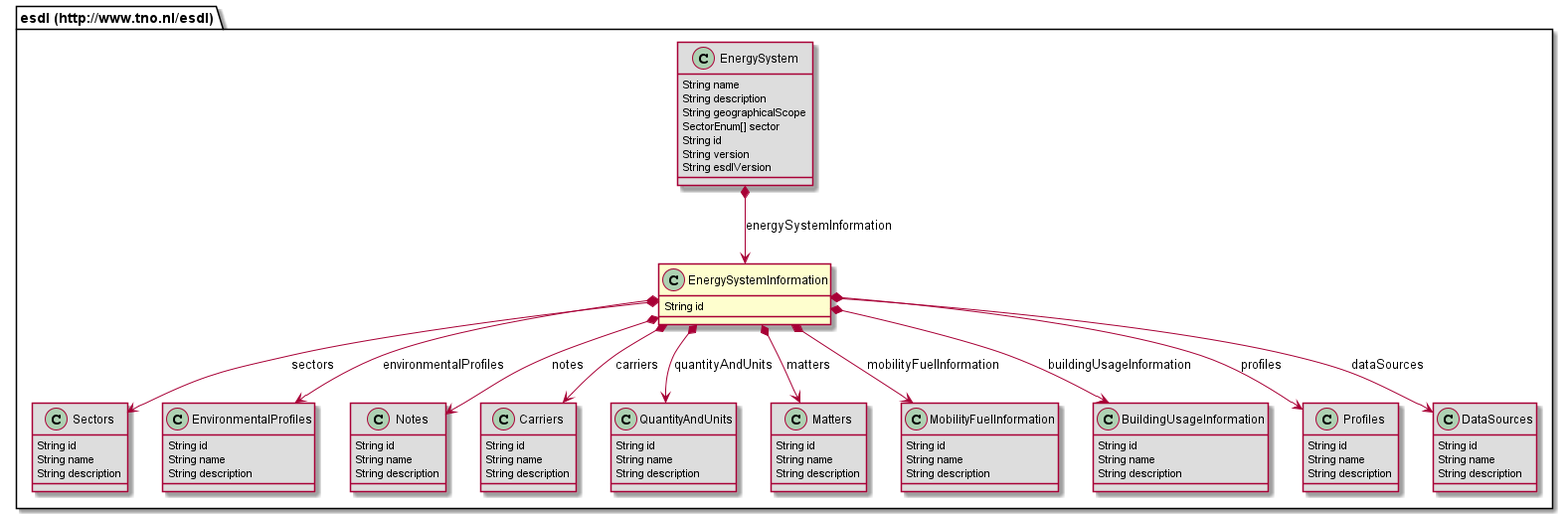
This is 687474703a2f2f7777772e746e6f2e6e6c2f6573646c/EnergySystemInformation.png from EnergyTransition/energytransition.github.io, a PlantUML export, as it was before one commit.
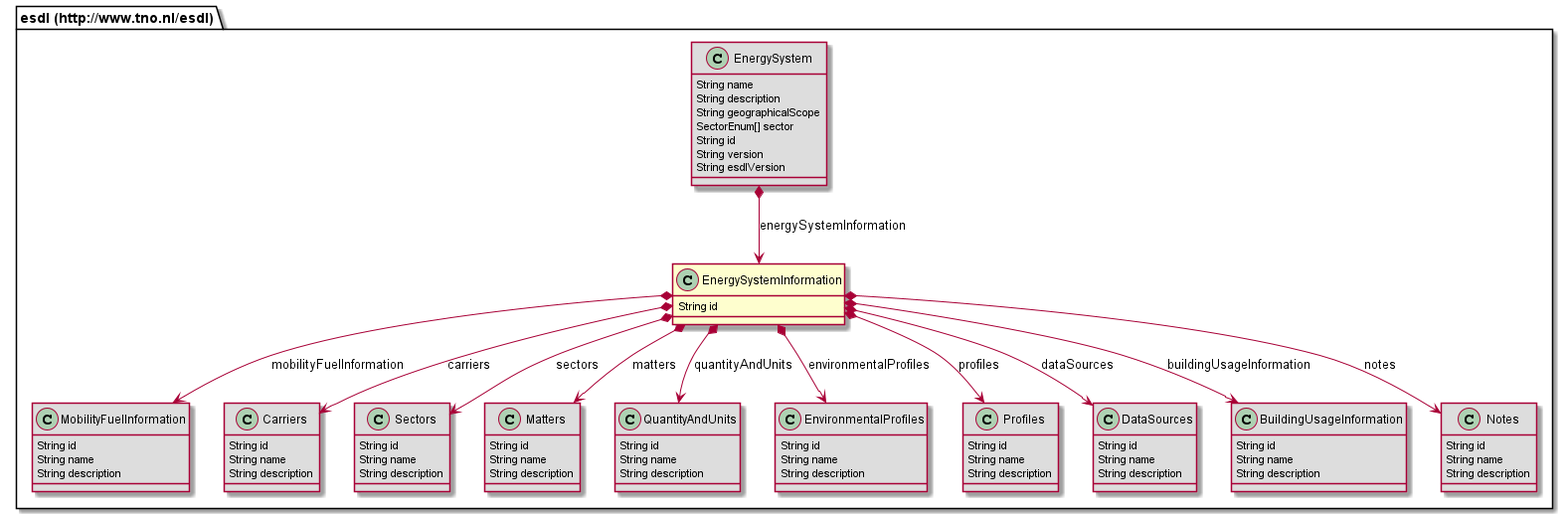
After the commit.

The edit, as a diff of the source:
```diff
@@ -1,6 +1,31 @@
 @startuml
 class "esdl (http://www.tno.nl/esdl).EnergySystemInformation" [[#router/doc-content/687474703a2f2f7777772e746e6f2e6e6c2f6573646c/EnergySystemInformation.html{Describes reusable information of the energy system, that other classes can refer to in this energy system, such as carriers, profiles, data sources, quantity and units.}]] {
 	String id
+}
+class "esdl (http://www.tno.nl/esdl).MobilityFuelInformation" [[#router/doc-content/687474703a2f2f7777772e746e6f2e6e6c2f6573646c/MobilityFuelInformation.html{Collection of information about vehicles, fuels and efficiency}]] #DDDDDD {
+	String id
+	String name
+	String description
+}
+class "esdl (http://www.tno.nl/esdl).Carriers" [[#router/doc-content/687474703a2f2f7777772e746e6f2e6e6c2f6573646c/Carriers.html{Collection of carriers as part of the Energy System Information. }]] #DDDDDD {
+	String id
+	String name
+	String description
+}
+class "esdl (http://www.tno.nl/esdl).Sectors" [[#router/doc-content/687474703a2f2f7777772e746e6f2e6e6c2f6573646c/Sectors.html{Collection of sectors. }]] #DDDDDD {
+	String id
+	String name
+	String description
+}
+class "esdl (http://www.tno.nl/esdl).Matters" [[#router/doc-content/687474703a2f2f7777772e746e6f2e6e6c2f6573646c/Matters.html]] #DDDDDD {
+	String id
+	String name
+	String description
+}
+class "esdl (http://www.tno.nl/esdl).QuantityAndUnits" [[#router/doc-content/687474703a2f2f7777772e746e6f2e6e6c2f6573646c/QuantityAndUnits.html{Collection of QuantityAndUnitTypes defined in the EnergySystemInformation section}]] #DDDDDD {
+	String id
+	String name
+	String description
 }
 class "esdl (http://www.tno.nl/esdl).EnergySystem" [[#router/doc-content/687474703a2f2f7777772e746e6f2e6e6c2f6573646c/EnergySystem.html{This is the main class to describe an EnergySystem in ESDL. }]] #DDDDDD {
 	String name
@@ -11,42 +36,7 @@
 	String version
 	String esdlVersion
 }
-class "esdl (http://www.tno.nl/esdl).Sectors" [[#router/doc-content/687474703a2f2f7777772e746e6f2e6e6c2f6573646c/Sectors.html{Collection of sectors. }]] #DDDDDD {
-	String id
-	String name
-	String description
-}
 class "esdl (http://www.tno.nl/esdl).EnvironmentalProfiles" [[#router/doc-content/687474703a2f2f7777772e746e6f2e6e6c2f6573646c/EnvironmentalProfiles.html]] #DDDDDD {
-	String id
-	String name
-	String description
-}
-class "esdl (http://www.tno.nl/esdl).Notes" [[#router/doc-content/687474703a2f2f7777772e746e6f2e6e6c2f6573646c/Notes.html{Collection of notes that can be added to the map, like postits (with comments in HTML)}]] #DDDDDD {
-	String id
-	String name
-	String description
-}
-class "esdl (http://www.tno.nl/esdl).Carriers" [[#router/doc-content/687474703a2f2f7777772e746e6f2e6e6c2f6573646c/Carriers.html{Collection of carriers as part of the Energy System Information. }]] #DDDDDD {
-	String id
-	String name
-	String description
-}
-class "esdl (http://www.tno.nl/esdl).QuantityAndUnits" [[#router/doc-content/687474703a2f2f7777772e746e6f2e6e6c2f6573646c/QuantityAndUnits.html{Collection of QuantityAndUnitTypes defined in the EnergySystemInformation section}]] #DDDDDD {
-	String id
-	String name
-	String description
-}
-class "esdl (http://www.tno.nl/esdl).Matters" [[#router/doc-content/687474703a2f2f7777772e746e6f2e6e6c2f6573646c/Matters.html]] #DDDDDD {
-	String id
-	String name
-	String description
-}
-class "esdl (http://www.tno.nl/esdl).MobilityFuelInformation" [[#router/doc-content/687474703a2f2f7777772e746e6f2e6e6c2f6573646c/MobilityFuelInformation.html{Collection of information about vehicles, fuels and efficiency}]] #DDDDDD {
-	String id
-	String name
-	String description
-}
-class "esdl (http://www.tno.nl/esdl).BuildingUsageInformation" [[#router/doc-content/687474703a2f2f7777772e746e6f2e6e6c2f6573646c/BuildingUsageInformation.html{Part of Energy System Information that specifies generic building usage information that can be referenced from multiple individual buildings}]] #DDDDDD {
 	String id
 	String name
 	String description
@@ -61,7 +51,16 @@
 	String name
 	String description
 }
-"esdl (http://www.tno.nl/esdl).EnergySystem" *--> "esdl (http://www.tno.nl/esdl).EnergySystemInformation" : energySystemInformation
+class "esdl (http://www.tno.nl/esdl).BuildingUsageInformation" [[#router/doc-content/687474703a2f2f7777772e746e6f2e6e6c2f6573646c/BuildingUsageInformation.html{Part of Energy System Information that specifies generic building usage information that can be referenced from multiple individual buildings}]] #DDDDDD {
+	String id
+	String name
+	String description
+}
+class "esdl (http://www.tno.nl/esdl).Notes" [[#router/doc-content/687474703a2f2f7777772e746e6f2e6e6c2f6573646c/Notes.html{Collection of notes that can be added to the map, like postits (with comments in HTML)}]] #DDDDDD {
+	String id
+	String name
+	String description
+}
 "esdl (http://www.tno.nl/esdl).EnergySystemInformation" *--> "esdl (http://www.tno.nl/esdl).Carriers" : carriers
 "esdl (http://www.tno.nl/esdl).EnergySystemInformation" *--> "esdl (http://www.tno.nl/esdl).Profiles" : profiles
 "esdl (http://www.tno.nl/esdl).EnergySystemInformation" *--> "esdl (http://www.tno.nl/esdl).DataSources" : dataSources
@@ -72,4 +71,5 @@
 "esdl (http://www.tno.nl/esdl).EnergySystemInformation" *--> "esdl (http://www.tno.nl/esdl).Notes" : notes
 "esdl (http://www.tno.nl/esdl).EnergySystemInformation" *--> "esdl (http://www.tno.nl/esdl).Matters" : matters
 "esdl (http://www.tno.nl/esdl).EnergySystemInformation" *--> "esdl (http://www.tno.nl/esdl).EnvironmentalProfiles" : environmentalProfiles
+"esdl (http://www.tno.nl/esdl).EnergySystem" *--> "esdl (http://www.tno.nl/esdl).EnergySystemInformation" : energySystemInformation
 @enduml
```
